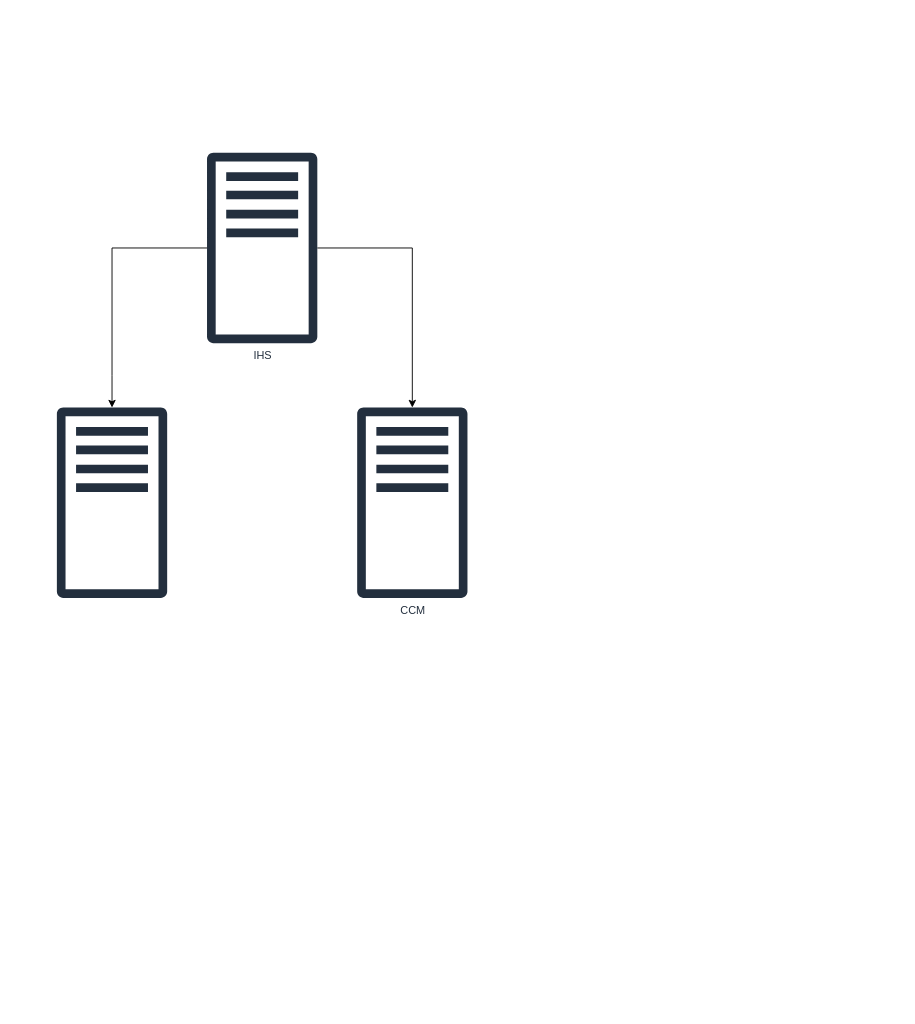
Before: Untitled Diagram.drawio in johnfaber/RTC, a draw.io diagram. Source tidied: cells renumbered, new cells numbered last; positions are measured from the earlier drawing's top-left corner, leaving out a move shared by most shapes. Both pictures are drawn from the tidied source at 91%, with x=0, y=0 at pixel (56, 152).
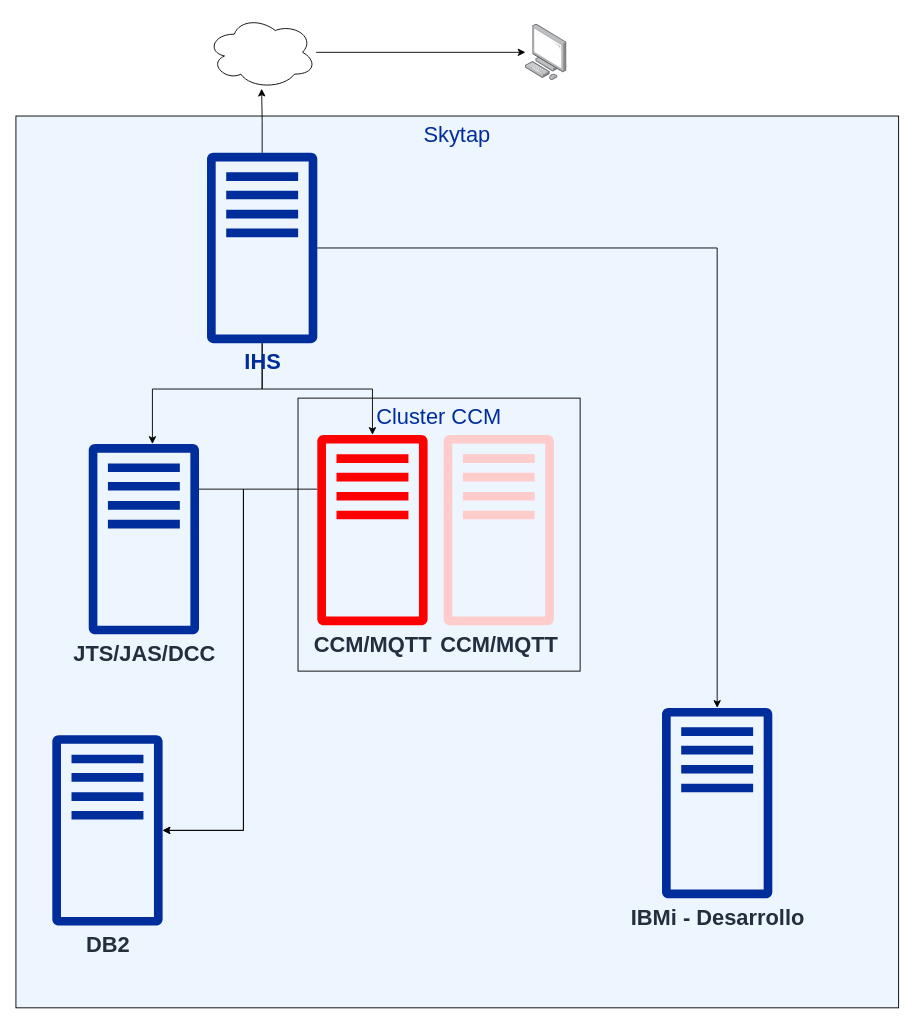
Above is the later version.

What changed in the source:
```diff
@@
-    <mxCell id="2" style="edgeStyle=orthogonalEdgeStyle;rounded=0;jettySize=auto;html=1;" parent="1" edge="1" source="4" target="5">
-      <mxGeometry relative="1" as="geometry" />
-    </mxCell>
-    <mxCell id="3" style="edgeStyle=orthogonalEdgeStyle;rounded=0;jettySize=auto;html=1;" parent="1" edge="1" source="4" target="6">
-      <mxGeometry relative="1" as="geometry" />
-    </mxCell>
+    <mxCell id="7" value="Skytap" style="rounded=0;whiteSpace=wrap;html=1;fontSize=24;fontColor=#002d9c;gradientColor=none;verticalAlign=top;fillColor=#edf5ff;" parent="1" vertex="1">
+      <mxGeometry x="-45" y="-40" width="970" height="980" as="geometry" />
+    </mxCell>
+    <mxCell id="8" value="Cluster CCM" style="rounded=0;whiteSpace=wrap;html=1;fontSize=24;fontColor=#002d9c;verticalAlign=top;fillColor=none;" parent="1" vertex="1">
+      <mxGeometry x="265" y="270" width="310" height="300" as="geometry" />
+    </mxCell>
+    <mxCell id="9" style="edgeStyle=orthogonalEdgeStyle;rounded=0;jettySize=auto;html=1;fontSize=24;" parent="1" edge="1" source="4" target="14">
+      <mxGeometry relative="1" as="geometry">
+        <Array as="points">
+          <mxPoint x="226" y="260" />
+          <mxPoint x="105" y="260" />
+        </Array>
+      </mxGeometry>
+    </mxCell>
+    <mxCell id="10" style="edgeStyle=orthogonalEdgeStyle;rounded=0;jettySize=auto;html=1;fontSize=24;" parent="1" edge="1" source="4" target="16">
+      <mxGeometry relative="1" as="geometry" />
+    </mxCell>
+    <mxCell id="11" style="edgeStyle=orthogonalEdgeStyle;rounded=0;jettySize=auto;html=1;fontSize=24;" parent="1" edge="1" source="4" target="19">
+      <mxGeometry relative="1" as="geometry" />
+    </mxCell>
+    <mxCell id="12" style="edgeStyle=orthogonalEdgeStyle;rounded=0;jettySize=auto;html=1;fontSize=24;" parent="1" edge="1" source="4" target="21">
+      <mxGeometry relative="1" as="geometry" />
+    </mxCell>
-    <mxCell id="4" value="IHS" style="outlineConnect=0;fontColor=#232F3E;gradientColor=none;fillColor=#232F3E;strokeColor=none;dashed=0;verticalLabelPosition=bottom;verticalAlign=top;align=center;html=1;fontSize=12;fontStyle=0;shape=mxgraph.aws4.traditional_server;" parent="1" vertex="1">
+    <mxCell id="4" value="IHS" style="outlineConnect=0;gradientColor=none;strokeColor=none;dashed=0;verticalLabelPosition=bottom;verticalAlign=top;align=center;html=1;fontSize=24;fontStyle=1;shape=mxgraph.aws4.traditional_server;fontColor=#002d9c;fillColor=#002D9C;" parent="1" vertex="1">
       <mxGeometry x="165" width="121.2" height="210" as="geometry" />
     </mxCell>
-    <mxCell id="5" value="&lt;br&gt;" style="outlineConnect=0;fontColor=#232F3E;gradientColor=none;fillColor=#232F3E;strokeColor=none;dashed=0;verticalLabelPosition=bottom;verticalAlign=top;align=center;html=1;fontSize=12;fontStyle=0;shape=mxgraph.aws4.traditional_server;" parent="1" vertex="1">
-      <mxGeometry y="280" width="121.2" height="210" as="geometry" />
-    </mxCell>
-    <mxCell id="6" value="CCM" style="outlineConnect=0;fontColor=#232F3E;gradientColor=none;fillColor=#232F3E;strokeColor=none;dashed=0;verticalLabelPosition=bottom;verticalAlign=top;align=center;html=1;fontSize=12;fontStyle=0;shape=mxgraph.aws4.traditional_server;" parent="1" vertex="1">
-      <mxGeometry x="330" y="280" width="121.2" height="210" as="geometry" />
-    </mxCell>
+    <mxCell id="13" style="edgeStyle=orthogonalEdgeStyle;rounded=0;jettySize=auto;html=1;fontSize=24;" parent="1" edge="1" source="14" target="17">
+      <mxGeometry relative="1" as="geometry">
+        <Array as="points">
+          <mxPoint x="205" y="370" />
+        </Array>
+      </mxGeometry>
+    </mxCell>
+    <mxCell id="14" value="JTS/JAS/DCC" style="outlineConnect=0;fontColor=#232F3E;gradientColor=none;strokeColor=none;dashed=0;verticalLabelPosition=bottom;verticalAlign=top;align=center;html=1;fontSize=24;fontStyle=1;shape=mxgraph.aws4.traditional_server;fillColor=#002D9C;" parent="1" vertex="1">
+      <mxGeometry x="35" y="320" width="121.2" height="210" as="geometry" />
+    </mxCell>
+    <mxCell id="15" style="edgeStyle=orthogonalEdgeStyle;rounded=0;jettySize=auto;html=1;fontSize=24;" parent="1" edge="1" source="16" target="17">
+      <mxGeometry relative="1" as="geometry">
+        <Array as="points">
+          <mxPoint x="205" y="370" />
+        </Array>
+      </mxGeometry>
+    </mxCell>
+    <mxCell id="16" value="CCM/MQTT" style="outlineConnect=0;fontColor=#232F3E;gradientColor=none;strokeColor=none;dashed=0;verticalLabelPosition=bottom;verticalAlign=top;align=center;html=1;fontSize=24;fontStyle=1;shape=mxgraph.aws4.traditional_server;fillColor=#FF0000;" parent="1" vertex="1">
+      <mxGeometry x="286.2" y="310" width="121.2" height="210" as="geometry" />
+    </mxCell>
+    <mxCell id="17" value="DB2" style="outlineConnect=0;fontColor=#232F3E;gradientColor=none;strokeColor=none;dashed=0;verticalLabelPosition=bottom;verticalAlign=top;align=center;html=1;fontSize=24;fontStyle=1;shape=mxgraph.aws4.traditional_server;fillColor=#002D9C;" parent="1" vertex="1">
+      <mxGeometry x="-5" y="640" width="121.2" height="210" as="geometry" />
+    </mxCell>
+    <mxCell id="18" style="edgeStyle=orthogonalEdgeStyle;rounded=0;jettySize=auto;html=1;fontSize=24;" parent="1" edge="1" source="19" target="20">
+      <mxGeometry relative="1" as="geometry" />
+    </mxCell>
+    <mxCell id="19" style="ellipse;shape=cloud;whiteSpace=wrap;html=1;fontSize=24;verticalAlign=top;" parent="1" vertex="1">
+      <mxGeometry x="165" y="-150" width="120" height="80" as="geometry" />
+    </mxCell>
+    <mxCell id="20" style="points=[];html=1;align=center;shadow=0;dashed=0;image;image=img/lib/allied_telesis/computer_and_terminals/Personal_Computer.svg;fontSize=24;" parent="1" vertex="1">
+      <mxGeometry x="515" y="-140.9" width="45.6" height="61.8" as="geometry" />
+    </mxCell>
+    <mxCell id="21" value="IBMi - Desarrollo" style="outlineConnect=0;fontColor=#232F3E;gradientColor=none;strokeColor=none;dashed=0;verticalLabelPosition=bottom;verticalAlign=top;align=center;html=1;fontSize=24;fontStyle=1;shape=mxgraph.aws4.traditional_server;fillColor=#002D9C;" parent="1" vertex="1">
+      <mxGeometry x="665" y="610" width="121.2" height="210" as="geometry" />
+    </mxCell>
+    <mxCell id="22" value="CCM/MQTT" style="fontColor=#232F3E;strokeColor=none;dashed=0;verticalLabelPosition=bottom;verticalAlign=top;align=center;html=1;fontSize=24;fontStyle=1;shape=mxgraph.aws4.traditional_server;fillColor=#FFCCCC;" parent="1" vertex="1">
+      <mxGeometry x="425" y="310" width="121.2" height="210" as="geometry" />
+    </mxCell>
```
